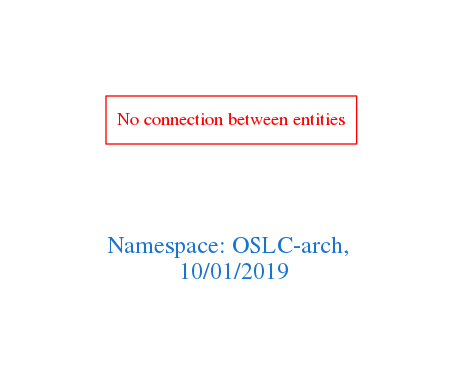
The Graphviz diagram downloads/OSLC-arch.png in arago/OGIT, before a commit. Its source is kept beside it as downloads/OSLC-arch.dot.
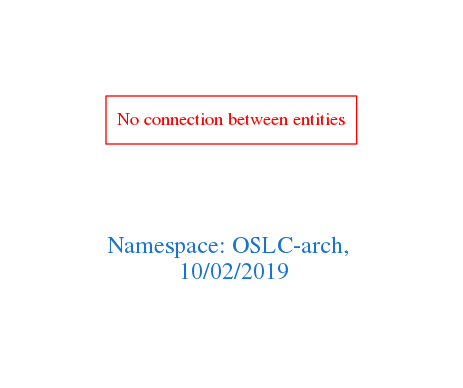
After the commit.

Diff of the diagram source:
```diff
@@ -1,7 +1,7 @@
 digraph OGIT_ontology {
  graph [ rankdir= LR,pad=1
 fontsize = 18,
-fontcolor= dodgerblue3,label = "\n\n\nNamespace: OSLC-arch, \n 10/01/2019"];
+fontcolor= dodgerblue3,label = "\n\n\nNamespace: OSLC-arch, \n 10/02/2019"];
 node[shape=polygon];
 edge [  color="gray81"];
 
```
